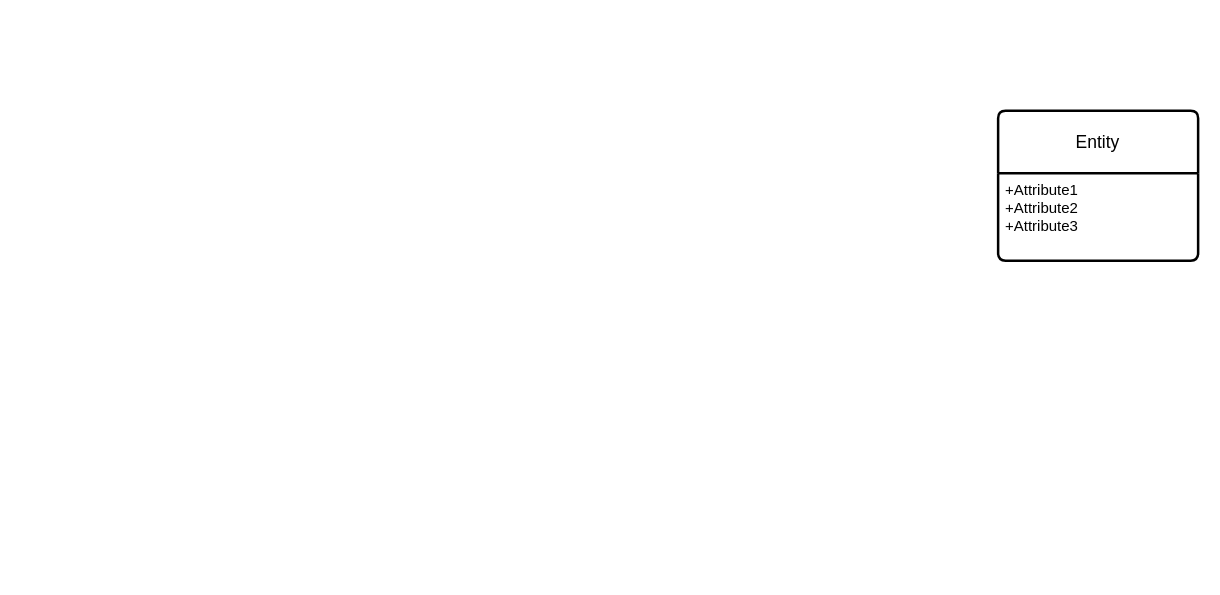
Earlier version of the draw.io diagram Untitled Diagram.drawio (Joshua232323/Joshua232323). Source tidied: cells renumbered, new cells numbered last; positions are measured from the earlier drawing's top-left corner, leaving out a move shared by most shapes. Both pictures are drawn from the tidied source at 125%, with x=0, y=0 at pixel (998, 110).
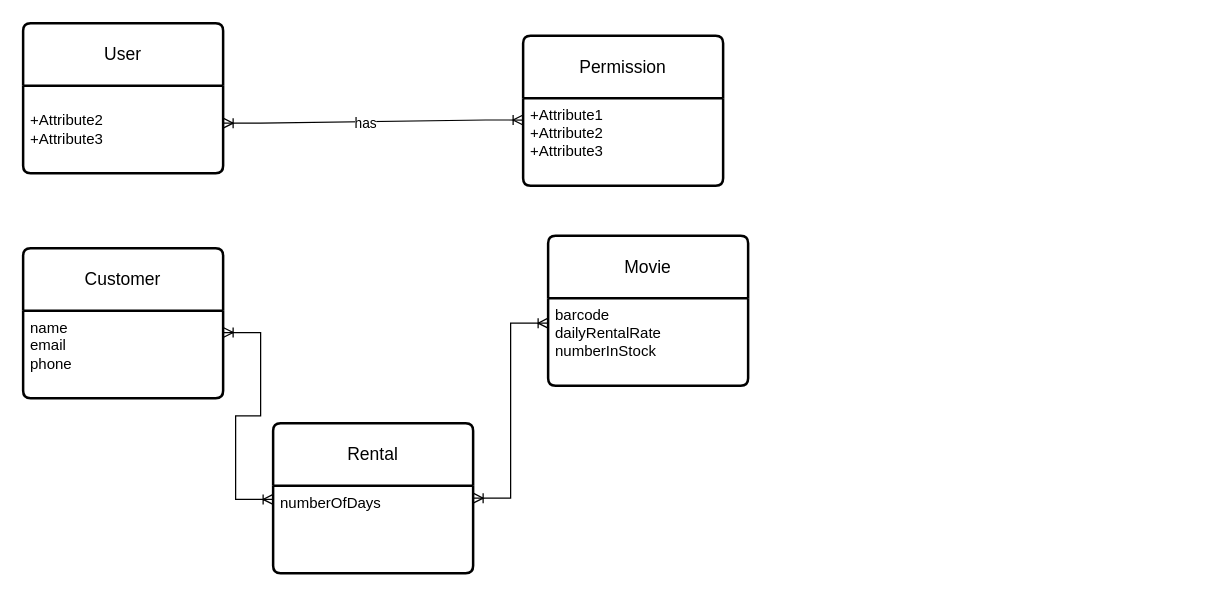
Above is the later version.

Commit message:
video rental project Diagram.drawio

The edit, as a diff of the source:
```diff
@@
-    <mxCell id="2" value="Entity" style="swimlane;horizontal=1;startSize=50;rounded=1;fontSize=14;fontStyle=0;strokeWidth=2;shadow=0;dashed=0;align=center;arcSize=4;whiteSpace=wrap;html=1;" parent="1" vertex="1">
-      <mxGeometry width="160" height="120" as="geometry" />
-    </mxCell>
+    <mxCell id="4" value="User" style="swimlane;horizontal=1;startSize=50;rounded=1;fontSize=14;fontStyle=0;strokeWidth=2;shadow=0;dashed=0;align=center;arcSize=4;whiteSpace=wrap;html=1;" parent="1" vertex="1">
+      <mxGeometry x="-780" y="-70" width="160" height="120" as="geometry" />
+    </mxCell>
+    <mxCell id="5" value="&lt;br&gt;+Attribute2&lt;br&gt;+Attribute3" style="align=left;strokeColor=none;fillColor=none;spacingLeft=4;spacingRight=4;fontSize=12;verticalAlign=top;html=1;whiteSpace=wrap;" parent="4" vertex="1">
+      <mxGeometry y="50" width="160" height="70" as="geometry" />
+    </mxCell>
+    <mxCell id="6" value="Permission" style="swimlane;horizontal=1;startSize=50;rounded=1;fontSize=14;fontStyle=0;strokeWidth=2;shadow=0;dashed=0;align=center;arcSize=4;whiteSpace=wrap;html=1;" parent="1" vertex="1">
+      <mxGeometry x="-380" y="-60" width="160" height="120" as="geometry" />
+    </mxCell>
-    <mxCell id="3" value="+Attribute1&#10;+Attribute2&#10;+Attribute3" style="align=left;strokeColor=none;fillColor=none;spacingLeft=4;spacingRight=4;fontSize=12;verticalAlign=top;html=1;whiteSpace=wrap;" parent="2" vertex="1">
+    <mxCell id="3" value="+Attribute1&#10;+Attribute2&#10;+Attribute3" style="align=left;strokeColor=none;fillColor=none;spacingLeft=4;spacingRight=4;fontSize=12;verticalAlign=top;html=1;whiteSpace=wrap;" parent="6" vertex="1">
       <mxGeometry y="50" width="160" height="70" as="geometry" />
     </mxCell>
+    <mxCell id="7" style="edgeStyle=entityRelationEdgeStyle;fontSize=12;html=1;endArrow=ERoneToMany;startArrow=ERoneToMany;rounded=0;exitX=1;exitY=0.657;exitDx=0;exitDy=0;exitPerimeter=0;entryX=0;entryY=0.25;entryDx=0;entryDy=0;" parent="1" edge="1" target="3">
+      <mxGeometry relative="1" as="geometry">
+        <mxPoint x="-620" y="10" as="sourcePoint" />
+        <Array as="points">
+          <mxPoint x="-400" y="17" />
+          <mxPoint x="-410" y="17" />
+          <mxPoint x="-400" y="17" />
+          <mxPoint x="-400" y="17" />
+        </Array>
+      </mxGeometry>
+    </mxCell>
+    <mxCell id="8" value="has" style="edgeLabel;html=1;align=center;verticalAlign=middle;" parent="7" vertex="1">
+      <mxGeometry x="-0.06" y="-1" relative="1" as="geometry" />
+    </mxCell>
+    <mxCell id="9" value="Movie" style="swimlane;horizontal=1;startSize=50;rounded=1;fontSize=14;fontStyle=0;strokeWidth=2;shadow=0;dashed=0;align=center;arcSize=4;whiteSpace=wrap;html=1;" parent="1" vertex="1">
+      <mxGeometry x="-360" y="100" width="160" height="120" as="geometry" />
+    </mxCell>
+    <mxCell id="10" value="barcode&lt;br&gt;dailyRentalRate&lt;br&gt;numberInStock" style="align=left;strokeColor=none;fillColor=none;spacingLeft=4;spacingRight=4;fontSize=12;verticalAlign=top;html=1;whiteSpace=wrap;" parent="9" vertex="1">
+      <mxGeometry y="50" width="160" height="70" as="geometry" />
+    </mxCell>
+    <mxCell id="11" value="Customer" style="swimlane;horizontal=1;startSize=50;rounded=1;fontSize=14;fontStyle=0;strokeWidth=2;shadow=0;dashed=0;align=center;arcSize=4;whiteSpace=wrap;html=1;" parent="1" vertex="1">
+      <mxGeometry x="-780" y="110" width="160" height="120" as="geometry" />
+    </mxCell>
+    <mxCell id="12" value="name&lt;br&gt;email&lt;br&gt;phone" style="align=left;strokeColor=none;fillColor=none;spacingLeft=4;spacingRight=4;fontSize=12;verticalAlign=top;html=1;whiteSpace=wrap;" parent="11" vertex="1">
+      <mxGeometry y="50" width="160" height="70" as="geometry" />
+    </mxCell>
+    <mxCell id="13" style="edgeStyle=entityRelationEdgeStyle;fontSize=12;html=1;endArrow=ERoneToMany;startArrow=ERoneToMany;rounded=0;exitX=1;exitY=0.25;exitDx=0;exitDy=0;" parent="1" edge="1" source="12">
+      <mxGeometry relative="1" as="geometry">
+        <mxPoint x="-580" y="311" as="targetPoint" />
+        <Array as="points">
+          <mxPoint x="-793" y="321" />
+        </Array>
+      </mxGeometry>
+    </mxCell>
+    <mxCell id="14" value="Rental" style="swimlane;horizontal=1;startSize=50;rounded=1;fontSize=14;fontStyle=0;strokeWidth=2;shadow=0;dashed=0;align=center;arcSize=4;whiteSpace=wrap;html=1;" parent="1" vertex="1">
+      <mxGeometry x="-580" y="250" width="160" height="120" as="geometry" />
+    </mxCell>
+    <mxCell id="15" value="numberOfDays" style="align=left;strokeColor=none;fillColor=none;spacingLeft=4;spacingRight=4;fontSize=12;verticalAlign=top;html=1;whiteSpace=wrap;" parent="14" vertex="1">
+      <mxGeometry y="50" width="160" height="70" as="geometry" />
+    </mxCell>
+    <mxCell id="16" style="edgeStyle=entityRelationEdgeStyle;fontSize=12;html=1;endArrow=ERoneToMany;startArrow=ERoneToMany;rounded=0;" parent="1" edge="1" source="14">
+      <mxGeometry relative="1" as="geometry">
+        <mxPoint x="-360" y="170" as="targetPoint" />
+        <Array as="points">
+          <mxPoint x="-410" y="230" />
+          <mxPoint x="-280" y="420" />
+        </Array>
+      </mxGeometry>
+    </mxCell>
```
